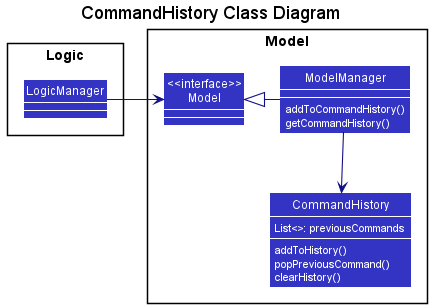
Before: docs/images/CommandHistoryClassDiagram.png, a diagram exported from PlantUML (nus-cs2103-AY2122S2/tp). Source of this version:
```plantuml
@startuml
!include style.puml
skinparam arrowThickness 1.1
skinparam arrowColor LOGIC_COLOR_T4
skinparam classBackgroundColor LOGIC_COLOR
skinparam classAttributeFontColor BackgroundColor
show members

title CommandHistory Class Diagram

package Logic {
    class LogicManager
}

package Model {
Class "<<interface>>\nModel" as Model

    class ModelManager {
        addToCommandHistory()
        getCommandHistory()
    }

    class CommandHistory {
        List<>: previousCommands
        addToHistory()
        popPreviousCommand()
        clearHistory()
    }
}

LogicManager -> Model
Model <|- ModelManager
ModelManager -down-> CommandHistory

@enduml
```
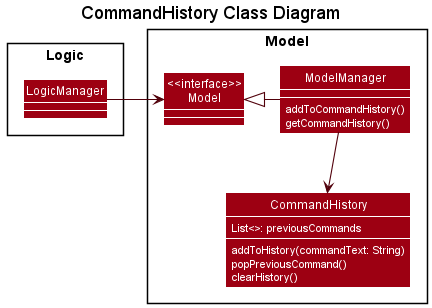
After the change.

Change to the diagram source:
```diff
@@ -1,8 +1,8 @@
 @startuml
 !include style.puml
 skinparam arrowThickness 1.1
-skinparam arrowColor LOGIC_COLOR_T4
-skinparam classBackgroundColor LOGIC_COLOR
+skinparam arrowColor MODEL_COLOR_T4
+skinparam classBackgroundColor MODEL_COLOR
 skinparam classAttributeFontColor BackgroundColor
 show members
 
@@ -22,7 +22,7 @@
 
     class CommandHistory {
         List<>: previousCommands
-        addToHistory()
+        addToHistory(commandText: String)
         popPreviousCommand()
         clearHistory()
     }
```
